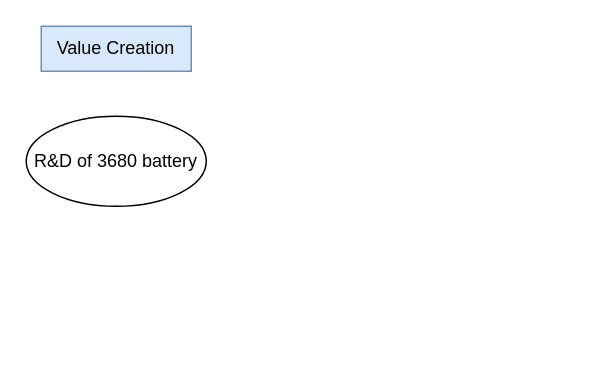
Earlier version of the draw.io diagram IC_value_chain.drawio (akhialomgir/drawio). Source tidied: cells renumbered, new cells numbered last; positions are measured from the earlier drawing's top-left corner, leaving out a move shared by most shapes. Both pictures are drawn from the tidied source at 150%, with x=0, y=0 at pixel (26, 26).
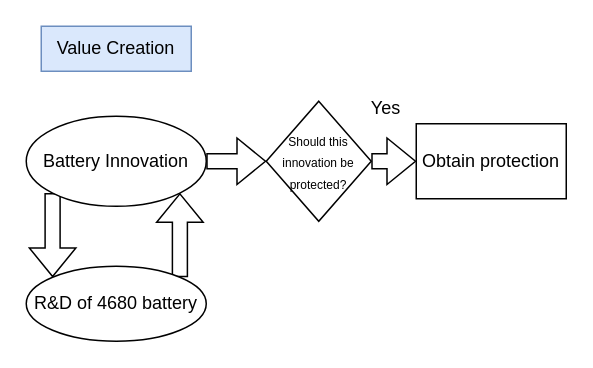
Above is the later version.

Diff of the diagram source:
```diff
@@
 <mxGraphModel>
   <root>
     <mxCell id="0" />
     <mxCell id="1" parent="0" />
+    <mxCell id="4" style="edgeStyle=orthogonalEdgeStyle;rounded=0;jettySize=auto;html=1;exitX=1;exitY=0.5;exitDx=0;exitDy=0;entryX=0;entryY=0.5;entryDx=0;entryDy=0;shape=flexArrow;" parent="1" edge="1" source="2" target="9">
+      <mxGeometry relative="1" as="geometry" />
+    </mxCell>
+    <mxCell id="5" style="edgeStyle=orthogonalEdgeStyle;rounded=0;jettySize=auto;html=1;exitX=0;exitY=1;exitDx=0;exitDy=0;entryX=0;entryY=0;entryDx=0;entryDy=0;shape=flexArrow;" parent="1" edge="1" source="2" target="7">
+      <mxGeometry relative="1" as="geometry" />
+    </mxCell>
-    <mxCell id="2" value="R&amp;amp;D of 3680 battery" style="ellipse;whiteSpace=wrap;html=1;" parent="1" vertex="1">
+    <mxCell id="2" value="Battery Innovation" style="ellipse;whiteSpace=wrap;html=1;" parent="1" vertex="1">
       <mxGeometry y="60" width="120" height="60" as="geometry" />
     </mxCell>
     <mxCell id="3" value="Value Creation" style="text;html=1;align=center;verticalAlign=middle;whiteSpace=wrap;rounded=0;fillColor=#dae8fc;strokeColor=#6c8ebf;" parent="1" vertex="1">
       <mxGeometry x="10" width="100" height="30" as="geometry" />
     </mxCell>
+    <mxCell id="6" style="edgeStyle=orthogonalEdgeStyle;rounded=0;jettySize=auto;html=1;exitX=1;exitY=0;exitDx=0;exitDy=0;entryX=1;entryY=1;entryDx=0;entryDy=0;shape=flexArrow;" parent="1" edge="1" source="7" target="2">
+      <mxGeometry relative="1" as="geometry" />
+    </mxCell>
+    <mxCell id="7" value="R&amp;amp;D of 4680 battery" style="ellipse;whiteSpace=wrap;html=1;" parent="1" vertex="1">
+      <mxGeometry y="160" width="120" height="50" as="geometry" />
+    </mxCell>
+    <mxCell id="8" style="edgeStyle=orthogonalEdgeStyle;rounded=0;jettySize=auto;html=1;exitX=1;exitY=0.5;exitDx=0;exitDy=0;entryX=0;entryY=0.5;entryDx=0;entryDy=0;shape=flexArrow;" parent="1" edge="1" source="9" target="10">
+      <mxGeometry relative="1" as="geometry" />
+    </mxCell>
+    <mxCell id="9" value="&lt;font style=&quot;font-size: 8px;&quot;&gt;Should this innovation be protected?&lt;/font&gt;" style="rhombus;whiteSpace=wrap;html=1;" parent="1" vertex="1">
+      <mxGeometry x="160" y="50" width="70" height="80" as="geometry" />
+    </mxCell>
+    <mxCell id="10" value="Obtain protection" style="rounded=0;whiteSpace=wrap;html=1;" parent="1" vertex="1">
+      <mxGeometry x="260" y="65" width="100" height="50" as="geometry" />
+    </mxCell>
+    <mxCell id="11" value="Yes" style="text;html=1;align=center;verticalAlign=middle;whiteSpace=wrap;rounded=0;" parent="1" vertex="1">
+      <mxGeometry x="220" y="45" width="40" height="20" as="geometry" />
+    </mxCell>
   </root>
 </mxGraphModel>
```
